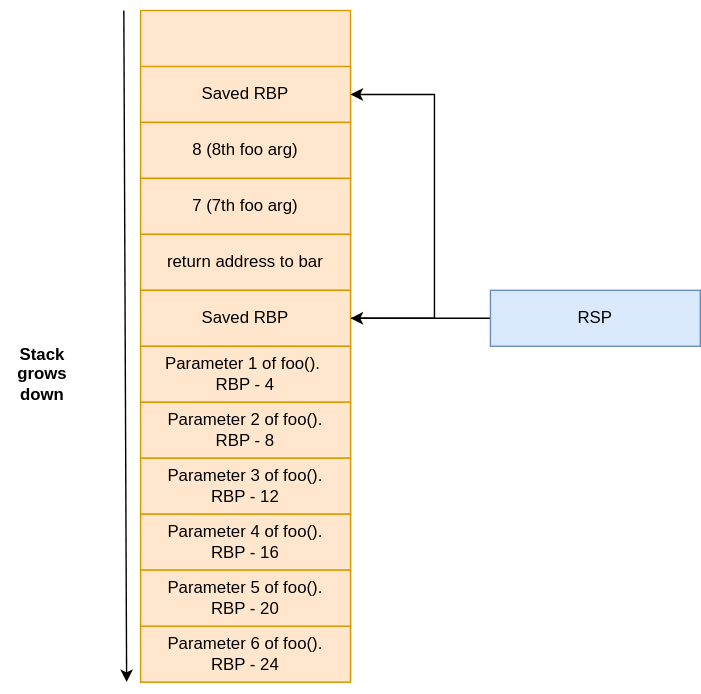
0xAX/asm keeps this draw.io diagram as content/assets/stack.svg. Above is the earlier version. Source tidied: cells renumbered, new cells last; positions are measured from the earlier drawing's top-left corner, leaving out a move shared by most shapes.
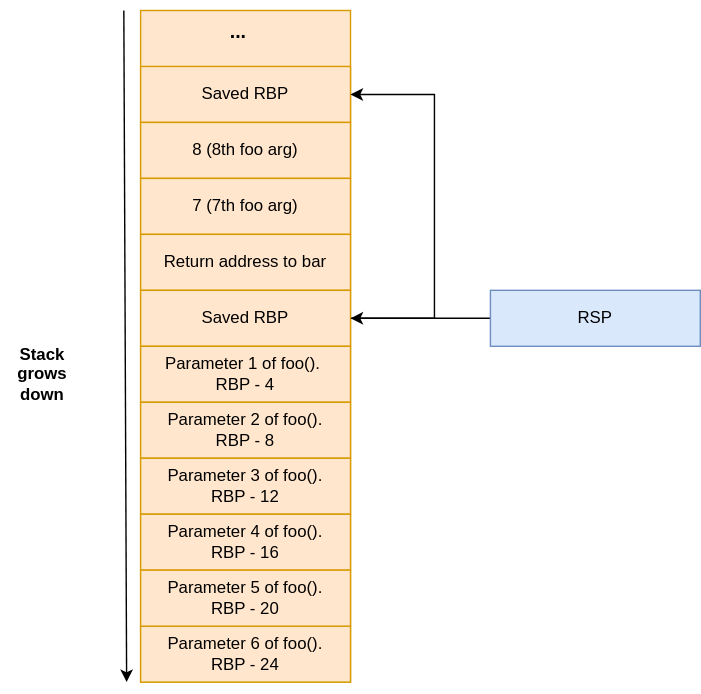
The same diagram one commit later.

The edit, as a diff of the source:
```diff
@@ -14,7 +14,7 @@
     <mxCell id="5" value="7 (7th foo arg)" style="rounded=0;whiteSpace=wrap;html=1;fillColor=#ffe6cc;strokeColor=#d79b00;" parent="1" vertex="1">
       <mxGeometry x="100" y="120" width="150" height="40" as="geometry" />
     </mxCell>
-    <mxCell id="6" value="return address to bar" style="rounded=0;whiteSpace=wrap;html=1;fillColor=#ffe6cc;strokeColor=#d79b00;" parent="1" vertex="1">
+    <mxCell id="6" value="Return address to bar" style="rounded=0;whiteSpace=wrap;html=1;fillColor=#ffe6cc;strokeColor=#d79b00;" parent="1" vertex="1">
       <mxGeometry x="100" y="160" width="150" height="40" as="geometry" />
     </mxCell>
     <mxCell id="7" style="edgeStyle=orthogonalEdgeStyle;rounded=0;jettySize=auto;html=1;exitX=1;exitY=0.5;exitDx=0;exitDy=0;entryX=1;entryY=0.5;entryDx=0;entryDy=0;" parent="1" edge="1" source="8" target="3">
@@ -61,5 +61,8 @@
     <mxCell id="18" value="&lt;b&gt;Stack grows down&lt;/b&gt;" style="text;html=1;align=center;verticalAlign=middle;whiteSpace=wrap;rounded=0;" parent="1" vertex="1">
       <mxGeometry y="245" width="60" height="30" as="geometry" />
     </mxCell>
+    <mxCell id="19" value="&lt;font style=&quot;font-size: 14px;&quot;&gt;&lt;b&gt;...&lt;/b&gt;&lt;/font&gt;" style="text;html=1;align=center;verticalAlign=middle;whiteSpace=wrap;rounded=0;" parent="1" vertex="1">
+      <mxGeometry x="140" width="60" height="30" as="geometry" />
+    </mxCell>
   </root>
 </mxGraphModel>
```
